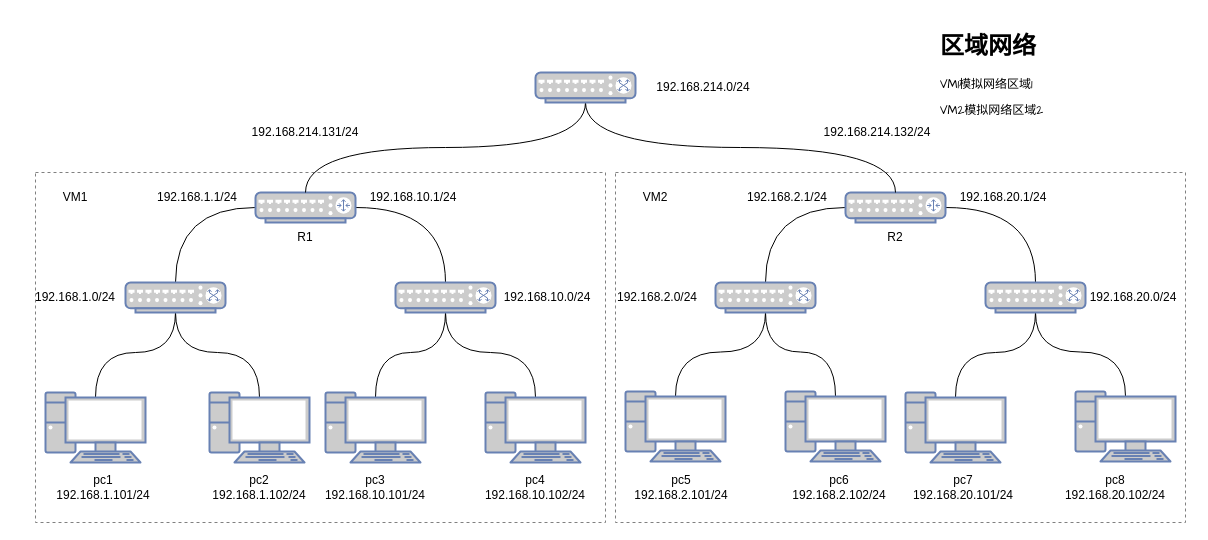
The draw.io diagram page "zone-router-lan" (12 of 12) of network_trainning.drawio in garryfan2013/network_trainning, before the edit. Source tidied: cells renumbered, new cells numbered last; positions are measured from the earlier drawing's top-left corner, leaving out a move shared by most shapes. Both pictures are drawn from the tidied source at 100%, with x=0, y=0 at pixel (17, 27).
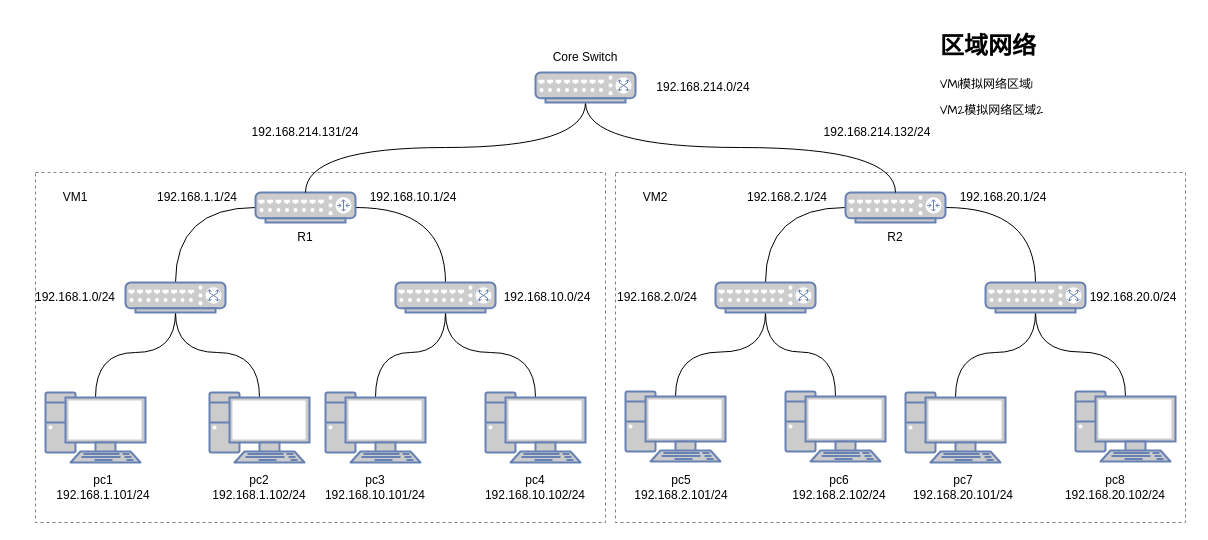
Above is the later version.

Commit message:
Update zone network core switch

What changed in the source:
```diff
@@
+    <mxCell id="57" value="Core Switch" style="text;html=1;strokeColor=none;fillColor=none;align=center;verticalAlign=middle;whiteSpace=wrap;rounded=0;dashed=1;" parent="1" vertex="1">
+      <mxGeometry x="520" y="15" width="96" height="30" as="geometry" />
+    </mxCell>
```
